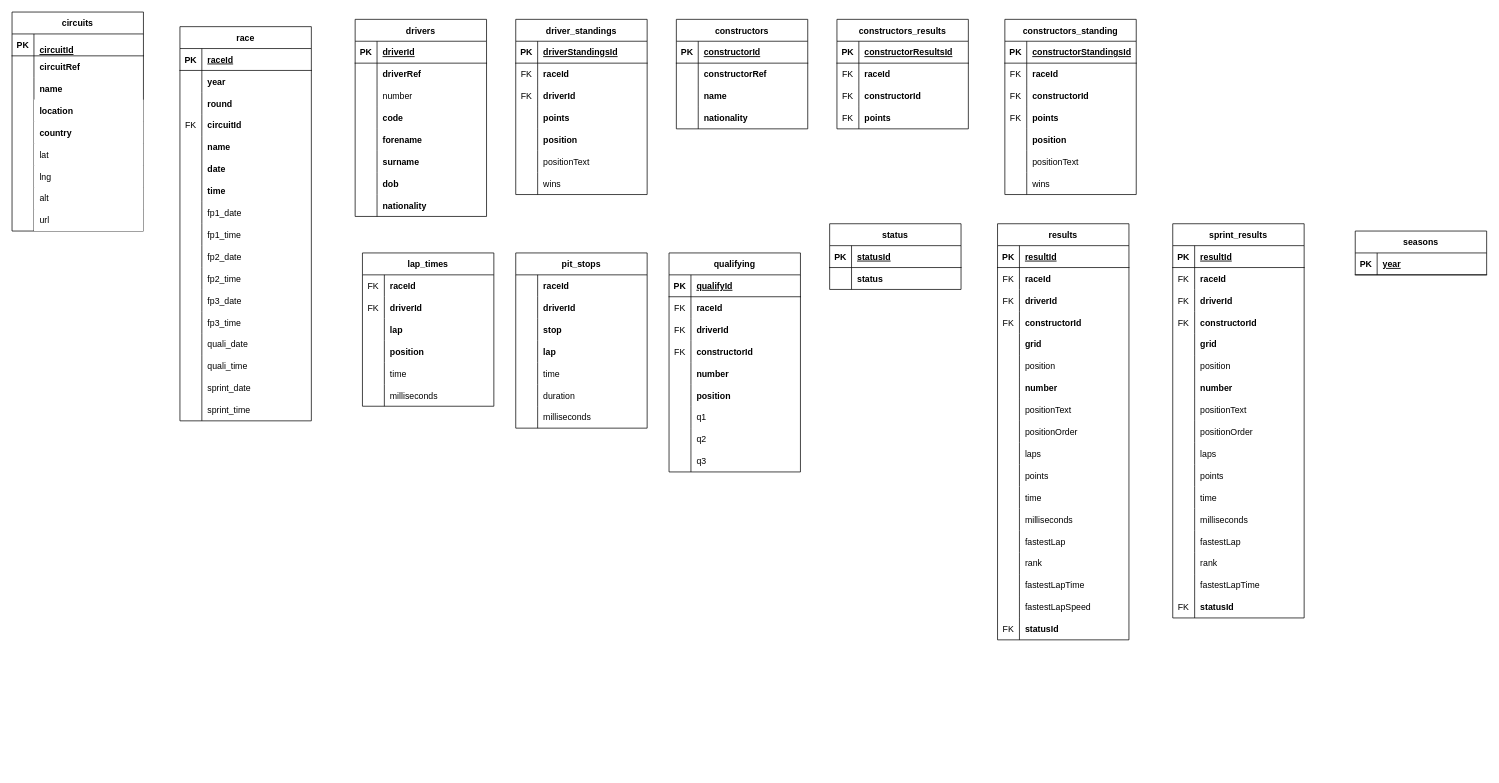
Earlier version of the draw.io diagram ERdiagram.drawio (sagarverma29/F1-World-Championship-Analysis). Source tidied: cells renumbered, new cells numbered last; positions are measured from the earlier drawing's top-left corner, leaving out a move shared by most shapes. Both pictures are drawn from the tidied source at 73%, with x=0, y=0 at pixel (12, 12).
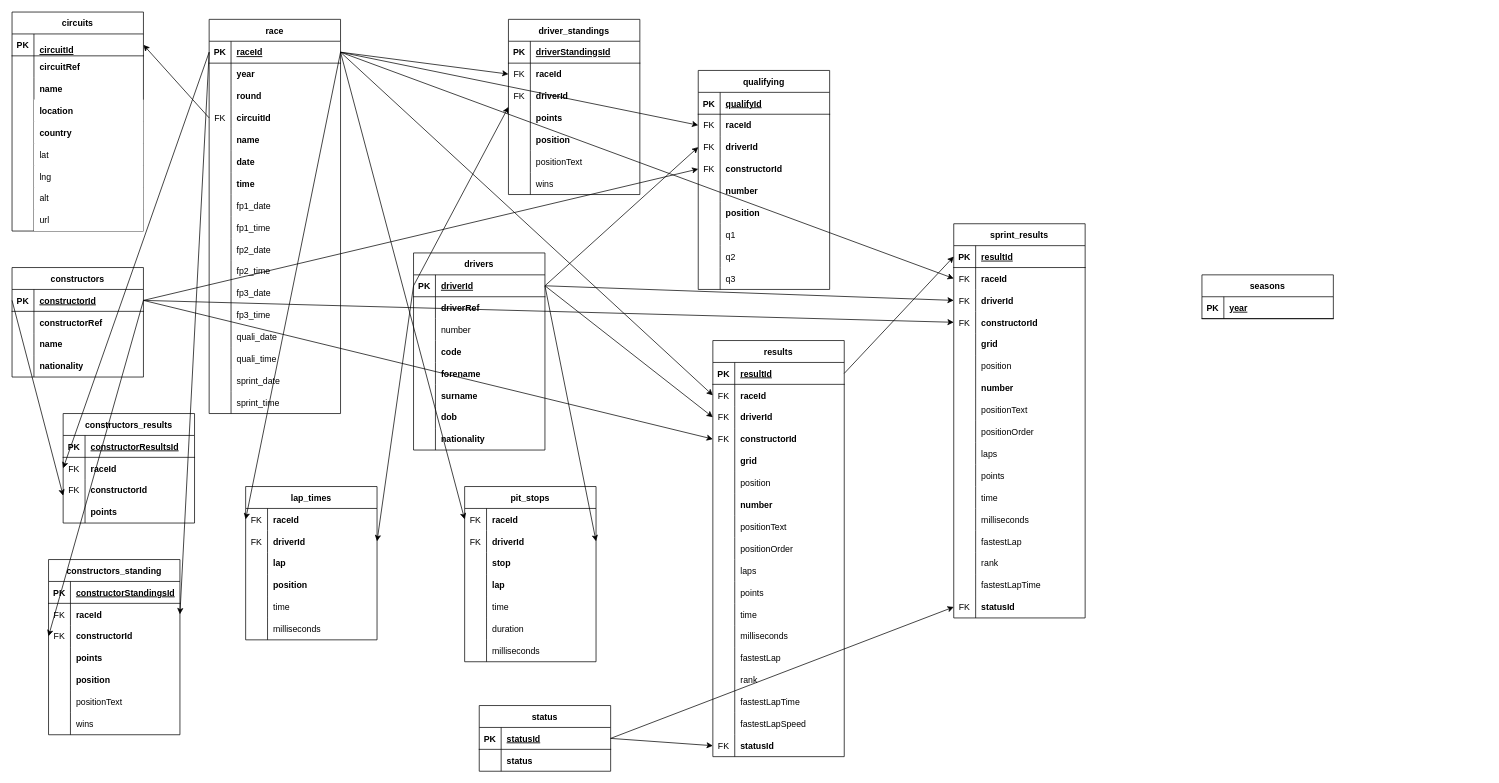
The same diagram, later.

Unchanged cells that the change refers to:
```xml
<mxCell id="3" style="shape=tableRow;horizontal=0;startSize=0;swimlaneHead=0;swimlaneBody=0;fillColor=none;points=[[0,0.5],[1,0.5]];portConstraint=eastwest;top=0;left=0;right=0;bottom=1;" parent="2" vertex="1">
<mxCell id="31" style="shape=tableRow;horizontal=0;startSize=0;swimlaneHead=0;swimlaneBody=0;fillColor=none;points=[[0,0.5],[1,0.5]];portConstraint=eastwest;top=0;left=0;right=0;bottom=1;" parent="30" vertex="1">
<mxCell id="40" style="shape=tableRow;horizontal=0;startSize=0;swimlaneHead=0;swimlaneBody=0;fillColor=none;points=[[0,0.5],[1,0.5]];portConstraint=eastwest;top=0;left=0;right=0;bottom=0;" parent="30" vertex="1">
<mxCell id="83" style="shape=tableRow;horizontal=0;startSize=0;swimlaneHead=0;swimlaneBody=0;fillColor=none;points=[[0,0.5],[1,0.5]];portConstraint=eastwest;top=0;left=0;right=0;bottom=1;" parent="82" vertex="1">
<mxCell id="111" style="shape=tableRow;horizontal=0;startSize=0;swimlaneHead=0;swimlaneBody=0;fillColor=none;points=[[0,0.5],[1,0.5]];portConstraint=eastwest;top=0;left=0;right=0;bottom=0;" parent="107" vertex="1">
<mxCell id="130" style="shape=tableRow;horizontal=0;startSize=0;swimlaneHead=0;swimlaneBody=0;fillColor=none;points=[[0,0.5],[1,0.5]];portConstraint=eastwest;top=0;left=0;right=0;bottom=1;" parent="129" vertex="1">
<mxCell id="146" style="shape=tableRow;horizontal=0;startSize=0;swimlaneHead=0;swimlaneBody=0;fillColor=none;points=[[0,0.5],[1,0.5]];portConstraint=eastwest;top=0;left=0;right=0;bottom=0;" parent="142" vertex="1">
<mxCell id="152" style="shape=tableRow;horizontal=0;startSize=0;swimlaneHead=0;swimlaneBody=0;fillColor=none;top=0;left=0;right=0;bottom=0;" parent="142" vertex="1">
<mxCell id="159" style="shape=tableRow;horizontal=0;startSize=0;swimlaneHead=0;swimlaneBody=0;fillColor=none;points=[[0,0.5],[1,0.5]];portConstraint=eastwest;top=0;left=0;right=0;bottom=0;" parent="155" vertex="1">
<mxCell id="162" style="shape=tableRow;horizontal=0;startSize=0;swimlaneHead=0;swimlaneBody=0;fillColor=none;points=[[0,0.5],[1,0.5]];portConstraint=eastwest;top=0;left=0;right=0;bottom=0;" parent="155" vertex="1">
<mxCell id="165" style="shape=tableRow;horizontal=0;startSize=0;swimlaneHead=0;swimlaneBody=0;fillColor=none;top=0;left=0;right=0;bottom=0;" parent="155" vertex="1">
<mxCell id="178" style="shape=tableRow;horizontal=0;startSize=0;swimlaneHead=0;swimlaneBody=0;fillColor=none;points=[[0,0.5],[1,0.5]];portConstraint=eastwest;top=0;left=0;right=0;bottom=0;" parent="177" vertex="1">
<mxCell id="181" style="shape=tableRow;horizontal=0;startSize=0;swimlaneHead=0;swimlaneBody=0;fillColor=none;points=[[0,0.5],[1,0.5]];portConstraint=eastwest;top=0;left=0;right=0;bottom=0;" parent="177" vertex="1">
<mxCell id="197" style="shape=tableRow;horizontal=0;startSize=0;swimlaneHead=0;swimlaneBody=0;fillColor=none;points=[[0,0.5],[1,0.5]];portConstraint=eastwest;top=0;left=0;right=0;bottom=0;" parent="196" vertex="1">
<mxCell id="200" style="shape=tableRow;horizontal=0;startSize=0;swimlaneHead=0;swimlaneBody=0;fillColor=none;points=[[0,0.5],[1,0.5]];portConstraint=eastwest;top=0;left=0;right=0;bottom=0;" parent="196" vertex="1">
<mxCell id="222" style="shape=tableRow;horizontal=0;startSize=0;swimlaneHead=0;swimlaneBody=0;fillColor=none;points=[[0,0.5],[1,0.5]];portConstraint=eastwest;top=0;left=0;right=0;bottom=0;" parent="218" vertex="1">
<mxCell id="225" style="shape=tableRow;horizontal=0;startSize=0;swimlaneHead=0;swimlaneBody=0;fillColor=none;points=[[0,0.5],[1,0.5]];portConstraint=eastwest;top=0;left=0;right=0;bottom=0;" parent="218" vertex="1">
<mxCell id="228" style="shape=tableRow;horizontal=0;startSize=0;swimlaneHead=0;swimlaneBody=0;fillColor=none;points=[[0,0.5],[1,0.5]];portConstraint=eastwest;top=0;left=0;right=0;bottom=0;" parent="218" vertex="1">
<mxCell id="247" style="shape=tableRow;horizontal=0;startSize=0;swimlaneHead=0;swimlaneBody=0;fillColor=none;points=[[0,0.5],[1,0.5]];portConstraint=eastwest;top=0;left=0;right=0;bottom=1;" parent="246" vertex="1">
<mxCell id="254" style="shape=tableRow;horizontal=0;startSize=0;swimlaneHead=0;swimlaneBody=0;fillColor=none;points=[[0,0.5],[1,0.5]];portConstraint=eastwest;top=0;left=0;right=0;bottom=1;" parent="253" vertex="1">
<mxCell id="257" style="shape=tableRow;horizontal=0;startSize=0;swimlaneHead=0;swimlaneBody=0;fillColor=none;points=[[0,0.5],[1,0.5]];portConstraint=eastwest;top=0;left=0;right=0;bottom=0;" parent="253" vertex="1">
<mxCell id="260" style="shape=tableRow;horizontal=0;startSize=0;swimlaneHead=0;swimlaneBody=0;fillColor=none;points=[[0,0.5],[1,0.5]];portConstraint=eastwest;top=0;left=0;right=0;bottom=0;" parent="253" vertex="1">
<mxCell id="263" style="shape=tableRow;horizontal=0;startSize=0;swimlaneHead=0;swimlaneBody=0;fillColor=none;points=[[0,0.5],[1,0.5]];portConstraint=eastwest;top=0;left=0;right=0;bottom=0;" parent="253" vertex="1">
<mxCell id="305" style="shape=tableRow;horizontal=0;startSize=0;swimlaneHead=0;swimlaneBody=0;fillColor=none;points=[[0,0.5],[1,0.5]];portConstraint=eastwest;top=0;left=0;right=0;bottom=0;" parent="253" vertex="1">
<mxCell id="309" style="shape=tableRow;horizontal=0;startSize=0;swimlaneHead=0;swimlaneBody=0;fillColor=none;points=[[0,0.5],[1,0.5]];portConstraint=eastwest;top=0;left=0;right=0;bottom=1;" parent="308" vertex="1">
<mxCell id="312" style="shape=tableRow;horizontal=0;startSize=0;swimlaneHead=0;swimlaneBody=0;fillColor=none;points=[[0,0.5],[1,0.5]];portConstraint=eastwest;top=0;left=0;right=0;bottom=0;" parent="308" vertex="1">
<mxCell id="315" style="shape=tableRow;horizontal=0;startSize=0;swimlaneHead=0;swimlaneBody=0;fillColor=none;points=[[0,0.5],[1,0.5]];portConstraint=eastwest;top=0;left=0;right=0;bottom=0;" parent="308" vertex="1">
<mxCell id="318" style="shape=tableRow;horizontal=0;startSize=0;swimlaneHead=0;swimlaneBody=0;fillColor=none;points=[[0,0.5],[1,0.5]];portConstraint=eastwest;top=0;left=0;right=0;bottom=0;" parent="308" vertex="1">
<mxCell id="357" style="shape=tableRow;horizontal=0;startSize=0;swimlaneHead=0;swimlaneBody=0;fillColor=none;points=[[0,0.5],[1,0.5]];portConstraint=eastwest;top=0;left=0;right=0;bottom=0;" parent="308" vertex="1">
```

The edit, as a diff of the source:
```diff
@@
     <mxCell id="30" value="race" style="shape=table;startSize=30;childLayout=tableLayout;rowLines=0;fontStyle=1;align=center;" parent="1" vertex="1">
-      <mxGeometry x="230" y="20" width="180" height="540" as="geometry" />
+      <mxGeometry x="270" y="10" width="180" height="540" as="geometry" />
     </mxCell>
@@
     <mxCell id="82" value="drivers" style="shape=table;startSize=30;childLayout=tableLayout;rowLines=0;fontStyle=1;align=center;" parent="1" vertex="1">
-      <mxGeometry x="470" y="10" width="180" height="270" as="geometry" />
+      <mxGeometry x="550" y="330" width="180" height="270" as="geometry" />
     </mxCell>
@@
     <mxCell id="107" value="driver_standings" style="shape=table;startSize=30;childLayout=tableLayout;rowLines=0;fontStyle=1;align=center;" parent="1" vertex="1">
-      <mxGeometry x="690" y="10" width="180" height="240" as="geometry" />
+      <mxGeometry x="680" y="10" width="180" height="240" as="geometry" />
     </mxCell>
@@
     <mxCell id="129" value="constructors" style="shape=table;startSize=30;childLayout=tableLayout;rowLines=0;fontStyle=1;align=center;" parent="1" vertex="1">
-      <mxGeometry x="910" y="10" width="180" height="150" as="geometry" />
+      <mxGeometry y="350" width="180" height="150" as="geometry" />
     </mxCell>
@@
     <mxCell id="142" value="constructors_results" style="shape=table;startSize=30;childLayout=tableLayout;rowLines=0;fontStyle=1;align=center;" parent="1" vertex="1">
-      <mxGeometry x="1130" y="10" width="180" height="150" as="geometry" />
+      <mxGeometry x="70" y="550" width="180" height="150" as="geometry" />
     </mxCell>
@@
-    <mxCell id="153" value="FK" style="shape=partialRectangle;fillColor=none;top=0;left=0;bottom=0;right=0;overflow=hidden;" parent="152" vertex="1">
+    <mxCell id="153" style="shape=partialRectangle;fillColor=none;top=0;left=0;bottom=0;right=0;overflow=hidden;" parent="152" vertex="1">
       <mxGeometry width="30" height="30" as="geometry" />
     </mxCell>
@@
     <mxCell id="155" value="constructors_standing" style="shape=table;startSize=30;childLayout=tableLayout;rowLines=0;fontStyle=1;align=center;" parent="1" vertex="1">
-      <mxGeometry x="1360" y="10" width="180" height="240" as="geometry" />
+      <mxGeometry x="50" y="750" width="180" height="240" as="geometry" />
     </mxCell>
@@
-    <mxCell id="166" value="FK" style="shape=partialRectangle;fillColor=none;top=0;left=0;bottom=0;right=0;overflow=hidden;" parent="165" vertex="1">
+    <mxCell id="166" style="shape=partialRectangle;fillColor=none;top=0;left=0;bottom=0;right=0;overflow=hidden;" parent="165" vertex="1">
       <mxGeometry width="30" height="30" as="geometry" />
     </mxCell>
@@
     <mxCell id="177" value="lap_times" style="shape=table;startSize=30;childLayout=tableLayout;rowLines=0;fontStyle=1;align=center;" parent="1" vertex="1">
-      <mxGeometry x="480" y="330" width="180" height="210" as="geometry" />
+      <mxGeometry x="320" y="650" width="180" height="210" as="geometry" />
     </mxCell>
@@
     <mxCell id="196" value="pit_stops" style="shape=table;startSize=30;childLayout=tableLayout;rowLines=0;fontStyle=1;align=center;" parent="1" vertex="1">
-      <mxGeometry x="690" y="330" width="180" height="240" as="geometry" />
+      <mxGeometry x="620" y="650" width="180" height="240" as="geometry" />
     </mxCell>
@@
-    <mxCell id="198" style="shape=partialRectangle;fillColor=none;top=0;left=0;bottom=0;right=0;overflow=hidden;" parent="197" vertex="1">
+    <mxCell id="198" value="FK" style="shape=partialRectangle;fillColor=none;top=0;left=0;bottom=0;right=0;overflow=hidden;" parent="197" vertex="1">
       <mxGeometry width="30" height="30" as="geometry" />
     </mxCell>
@@
-    <mxCell id="201" style="shape=partialRectangle;fillColor=none;top=0;left=0;bottom=0;right=0;overflow=hidden;" parent="200" vertex="1">
+    <mxCell id="201" value="FK" style="shape=partialRectangle;fillColor=none;top=0;left=0;bottom=0;right=0;overflow=hidden;" parent="200" vertex="1">
       <mxGeometry width="30" height="30" as="geometry" />
     </mxCell>
@@
     <mxCell id="218" value="qualifying" style="shape=table;startSize=30;childLayout=tableLayout;rowLines=0;fontStyle=1;align=center;" parent="1" vertex="1">
-      <mxGeometry x="900" y="330" width="180" height="300" as="geometry" />
+      <mxGeometry x="940" y="80" width="180" height="300" as="geometry" />
     </mxCell>
@@
     <mxCell id="246" value="status" style="shape=table;startSize=30;childLayout=tableLayout;rowLines=0;fontStyle=1;align=center;" parent="1" vertex="1">
-      <mxGeometry x="1120" y="290" width="180" height="90" as="geometry" />
+      <mxGeometry x="640" y="950" width="180" height="90" as="geometry" />
     </mxCell>
@@
     <mxCell id="253" value="results" style="shape=table;startSize=30;childLayout=tableLayout;rowLines=0;fontStyle=1;align=center;" parent="1" vertex="1">
-      <mxGeometry x="1350" y="290" width="180" height="570" as="geometry" />
+      <mxGeometry x="960" y="450" width="180" height="570" as="geometry" />
     </mxCell>
@@
     <mxCell id="308" value="sprint_results" style="shape=table;startSize=30;childLayout=tableLayout;rowLines=0;fontStyle=1;align=center;" parent="1" vertex="1">
-      <mxGeometry x="1590" y="290" width="180" height="540" as="geometry" />
+      <mxGeometry x="1290" y="290" width="180" height="540" as="geometry" />
     </mxCell>
@@
     <mxCell id="360" value="seasons" style="shape=table;startSize=30;childLayout=tableLayout;rowLines=0;fontStyle=1;align=center;" parent="1" vertex="1">
-      <mxGeometry x="1840" y="300" width="180" height="60" as="geometry" />
+      <mxGeometry x="1630" y="360" width="180" height="60" as="geometry" />
     </mxCell>
@@
+    <mxCell id="364" style="edgeStyle=none;html=1;exitX=0;exitY=0.5;exitDx=0;exitDy=0;entryX=1;entryY=0.5;entryDx=0;entryDy=0;" parent="1" edge="1" source="40" target="3">
+      <mxGeometry relative="1" as="geometry" />
+    </mxCell>
+    <mxCell id="365" style="edgeStyle=none;html=1;exitX=1;exitY=0.5;exitDx=0;exitDy=0;entryX=0;entryY=0.5;entryDx=0;entryDy=0;" parent="1" edge="1" source="31" target="111">
+      <mxGeometry relative="1" as="geometry" />
+    </mxCell>
+    <mxCell id="366" style="edgeStyle=none;html=1;exitX=0;exitY=0.5;exitDx=0;exitDy=0;entryX=0;entryY=0.5;entryDx=0;entryDy=0;" parent="1" edge="1" source="83" target="107">
+      <mxGeometry relative="1" as="geometry" />
+    </mxCell>
+    <mxCell id="367" style="edgeStyle=none;html=1;exitX=0;exitY=0.5;exitDx=0;exitDy=0;entryX=0;entryY=0.75;entryDx=0;entryDy=0;" parent="1" edge="1" source="130" target="142">
+      <mxGeometry relative="1" as="geometry" />
+    </mxCell>
+    <mxCell id="368" style="edgeStyle=none;html=1;exitX=0;exitY=0.5;exitDx=0;exitDy=0;entryX=0;entryY=0.5;entryDx=0;entryDy=0;" parent="1" edge="1" source="31" target="146">
+      <mxGeometry relative="1" as="geometry" />
+    </mxCell>
+    <mxCell id="369" style="edgeStyle=none;html=1;exitX=1;exitY=0.5;exitDx=0;exitDy=0;entryX=0;entryY=0.5;entryDx=0;entryDy=0;" parent="1" edge="1" source="130" target="162">
+      <mxGeometry relative="1" as="geometry" />
+    </mxCell>
+    <mxCell id="370" style="edgeStyle=none;html=1;exitX=0;exitY=0.5;exitDx=0;exitDy=0;entryX=1;entryY=0.5;entryDx=0;entryDy=0;" parent="1" edge="1" source="31" target="159">
+      <mxGeometry relative="1" as="geometry" />
+    </mxCell>
+    <mxCell id="371" style="edgeStyle=none;html=1;exitX=1;exitY=0.5;exitDx=0;exitDy=0;entryX=0;entryY=0.5;entryDx=0;entryDy=0;" parent="1" edge="1" source="31" target="222">
+      <mxGeometry relative="1" as="geometry" />
+    </mxCell>
+    <mxCell id="372" style="edgeStyle=none;html=1;exitX=1;exitY=0.5;exitDx=0;exitDy=0;entryX=0;entryY=0.5;entryDx=0;entryDy=0;" parent="1" edge="1" source="83" target="225">
+      <mxGeometry relative="1" as="geometry" />
+    </mxCell>
+    <mxCell id="373" style="edgeStyle=none;html=1;exitX=1;exitY=0.5;exitDx=0;exitDy=0;entryX=0;entryY=0.5;entryDx=0;entryDy=0;" parent="1" edge="1" source="130" target="228">
+      <mxGeometry relative="1" as="geometry" />
+    </mxCell>
+    <mxCell id="374" style="edgeStyle=none;html=1;exitX=1;exitY=0.5;exitDx=0;exitDy=0;entryX=0;entryY=0.5;entryDx=0;entryDy=0;" parent="1" edge="1" source="31" target="197">
+      <mxGeometry relative="1" as="geometry" />
+    </mxCell>
+    <mxCell id="375" style="edgeStyle=none;html=1;exitX=1;exitY=0.5;exitDx=0;exitDy=0;entryX=1;entryY=0.5;entryDx=0;entryDy=0;" parent="1" edge="1" source="83" target="200">
+      <mxGeometry relative="1" as="geometry" />
+    </mxCell>
+    <mxCell id="376" style="edgeStyle=none;html=1;exitX=1;exitY=0.5;exitDx=0;exitDy=0;entryX=0;entryY=0.5;entryDx=0;entryDy=0;" parent="1" edge="1" source="31" target="178">
+      <mxGeometry relative="1" as="geometry" />
+    </mxCell>
+    <mxCell id="377" style="edgeStyle=none;html=1;exitX=0;exitY=0.5;exitDx=0;exitDy=0;entryX=1;entryY=0.5;entryDx=0;entryDy=0;" parent="1" edge="1" source="83" target="181">
+      <mxGeometry relative="1" as="geometry" />
+    </mxCell>
+    <mxCell id="378" style="edgeStyle=none;html=1;exitX=1;exitY=0.5;exitDx=0;exitDy=0;entryX=0;entryY=0.5;entryDx=0;entryDy=0;" parent="1" edge="1" source="31" target="257">
+      <mxGeometry relative="1" as="geometry" />
+    </mxCell>
+    <mxCell id="379" style="edgeStyle=none;html=1;exitX=1;exitY=0.5;exitDx=0;exitDy=0;entryX=0;entryY=0.5;entryDx=0;entryDy=0;" parent="1" edge="1" source="83" target="260">
+      <mxGeometry relative="1" as="geometry" />
+    </mxCell>
+    <mxCell id="380" style="edgeStyle=none;html=1;exitX=1;exitY=0.5;exitDx=0;exitDy=0;entryX=0;entryY=0.5;entryDx=0;entryDy=0;" parent="1" edge="1" source="130" target="263">
+      <mxGeometry relative="1" as="geometry" />
+    </mxCell>
+    <mxCell id="381" style="edgeStyle=none;html=1;exitX=1;exitY=0.5;exitDx=0;exitDy=0;entryX=0;entryY=0.5;entryDx=0;entryDy=0;" parent="1" edge="1" source="247" target="305">
+      <mxGeometry relative="1" as="geometry" />
+    </mxCell>
+    <mxCell id="382" style="edgeStyle=none;html=1;exitX=1;exitY=0.5;exitDx=0;exitDy=0;entryX=0;entryY=0.5;entryDx=0;entryDy=0;" parent="1" edge="1" source="254" target="309">
+      <mxGeometry relative="1" as="geometry" />
+    </mxCell>
+    <mxCell id="383" style="edgeStyle=none;html=1;exitX=1;exitY=0.5;exitDx=0;exitDy=0;entryX=0;entryY=0.5;entryDx=0;entryDy=0;" parent="1" edge="1" source="31" target="312">
+      <mxGeometry relative="1" as="geometry" />
+    </mxCell>
+    <mxCell id="384" style="edgeStyle=none;html=1;exitX=1;exitY=0.5;exitDx=0;exitDy=0;entryX=0;entryY=0.5;entryDx=0;entryDy=0;" parent="1" edge="1" source="83" target="315">
+      <mxGeometry relative="1" as="geometry" />
+    </mxCell>
+    <mxCell id="385" style="edgeStyle=none;html=1;exitX=1;exitY=0.5;exitDx=0;exitDy=0;entryX=0;entryY=0.5;entryDx=0;entryDy=0;" parent="1" edge="1" source="130" target="318">
+      <mxGeometry relative="1" as="geometry" />
+    </mxCell>
+    <mxCell id="386" style="edgeStyle=none;html=1;exitX=1;exitY=0.5;exitDx=0;exitDy=0;entryX=0;entryY=0.5;entryDx=0;entryDy=0;" parent="1" edge="1" source="247" target="357">
+      <mxGeometry relative="1" as="geometry" />
+    </mxCell>
```
